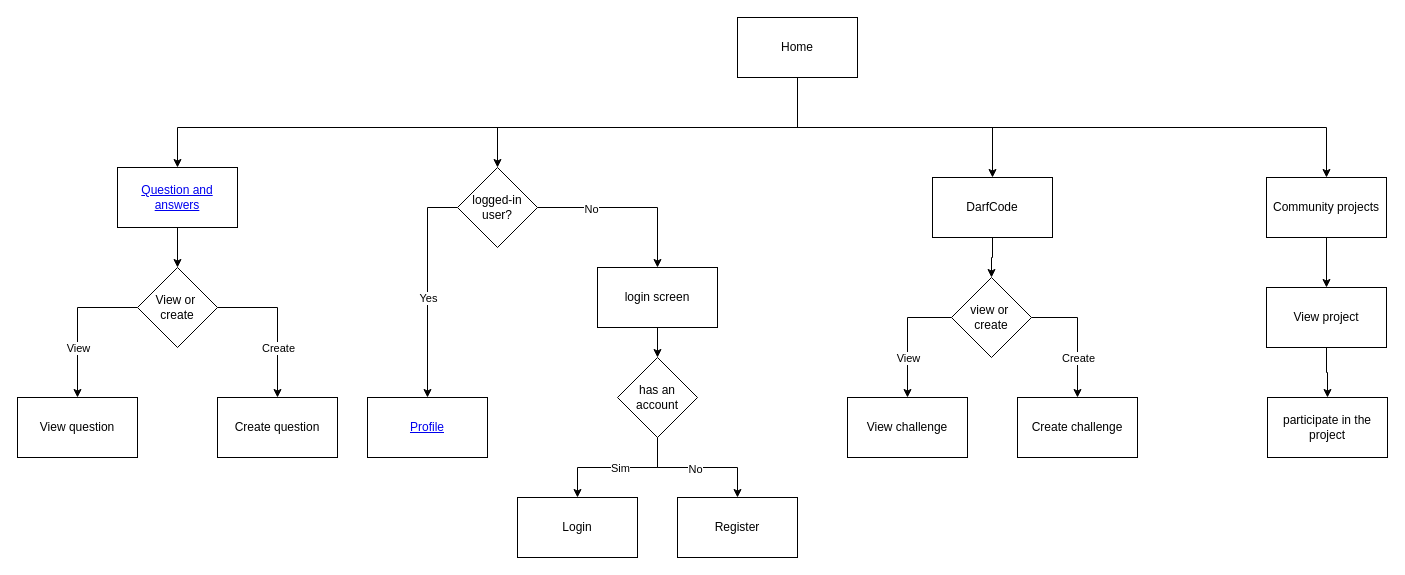
Above: page "Navegação" (1 of 4) of Diagrama sem nome.drawio in Mined-Development-Company/Community (draw.io), before the change. Source tidied: cells renumbered, new cells numbered last; positions are measured from the earlier drawing's top-left corner, leaving out a move shared by most shapes. Both pictures are drawn from the tidied source at 100%, with x=0, y=0 at pixel (17, 17).
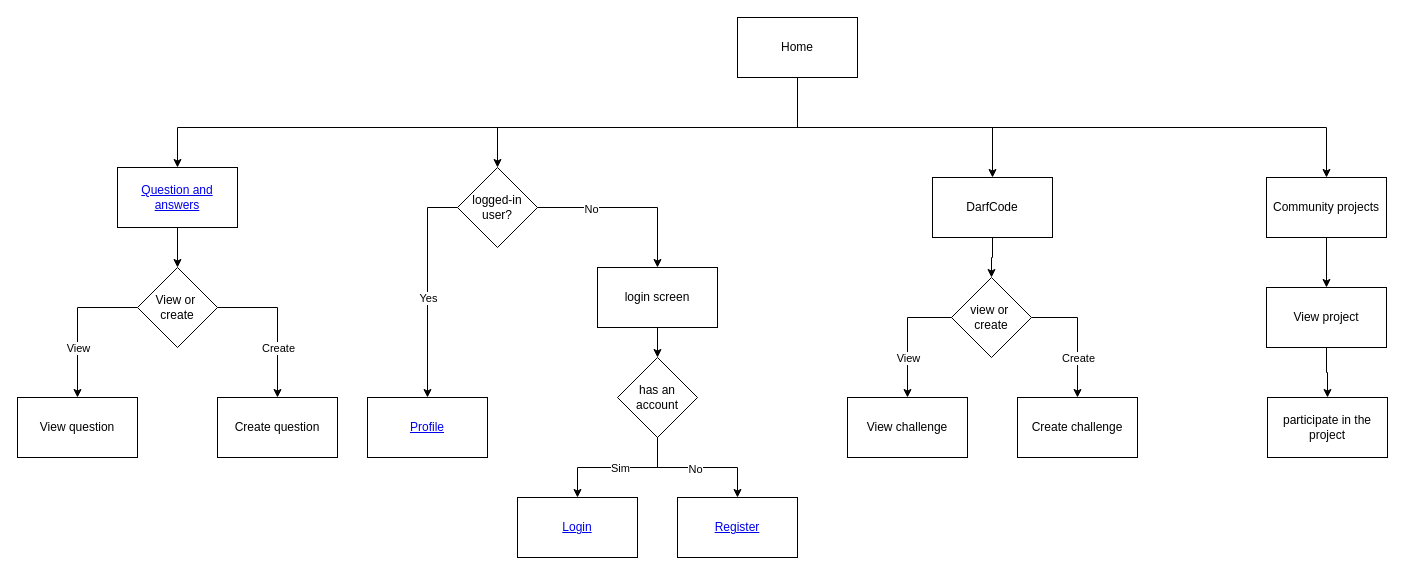
Above is the later version.

Commit message:
adição do fluxograma de processo da tela de login e registro

The edit, as a diff of the source:
```diff
@@
-    <mxCell id="38" value="Register" style="rounded=0;whiteSpace=wrap;html=1;" parent="1" vertex="1">
+    <mxCell id="38" value="&lt;a href=&quot;data:page/id,VQbhPs8MSKGULtkHB6kf&quot;&gt;Register&lt;/a&gt;" style="rounded=0;whiteSpace=wrap;html=1;" parent="1" vertex="1">
       <mxGeometry x="660" y="480" width="120" height="60" as="geometry" />
     </mxCell>
@@
-    <mxCell id="44" value="Login" style="rounded=0;whiteSpace=wrap;html=1;" parent="1" vertex="1">
+    <mxCell id="44" value="&lt;a href=&quot;data:page/id,VQbhPs8MSKGULtkHB6kf&quot;&gt;Login&lt;/a&gt;" style="rounded=0;whiteSpace=wrap;html=1;" parent="1" vertex="1">
       <mxGeometry x="500" y="480" width="120" height="60" as="geometry" />
     </mxCell>
```
